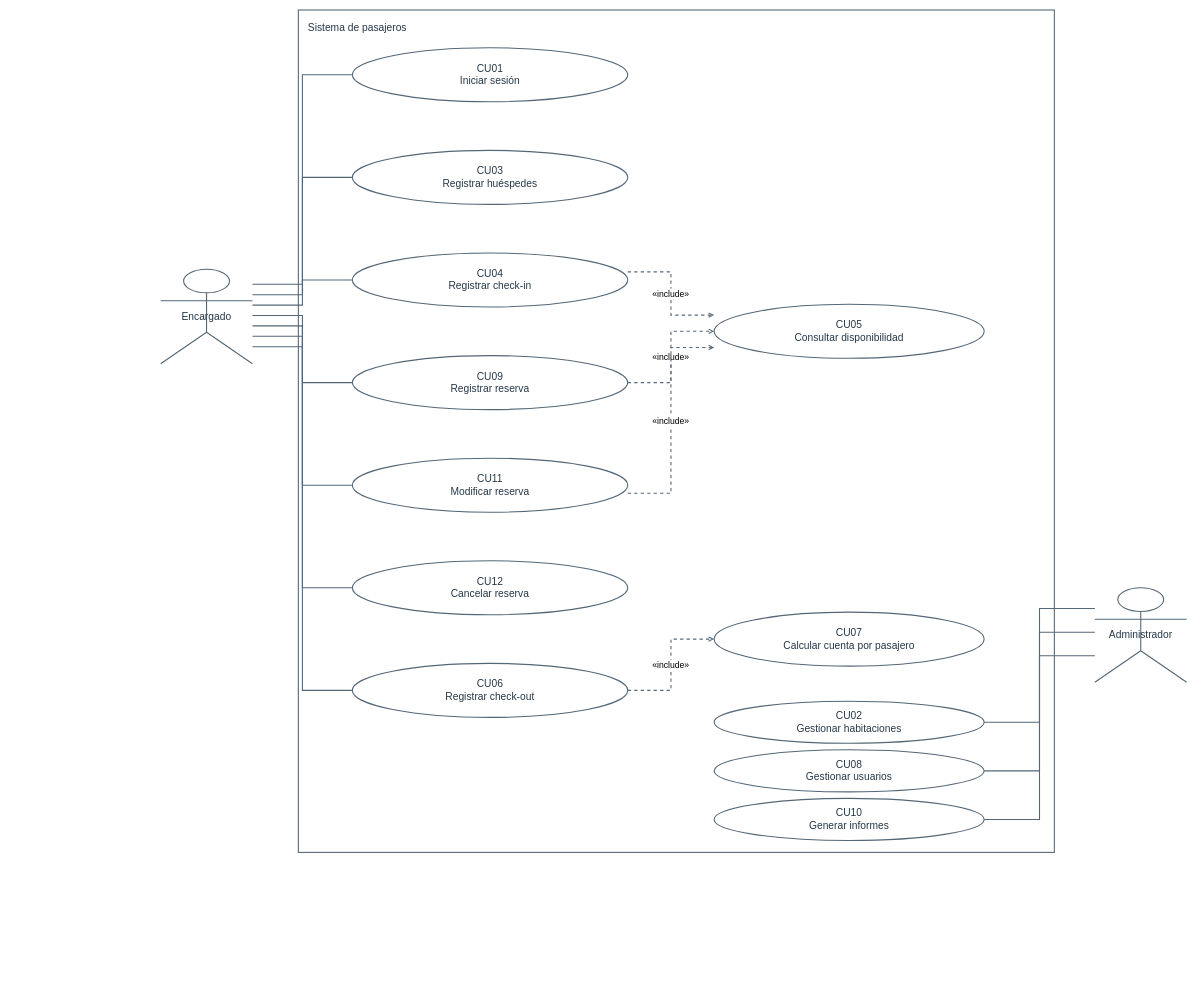
Before: diagramas-editables/sistema-casos-de-uso.drawio in Yutre3/hotel-duerme-bien, a draw.io diagram. Source tidied: cells renumbered, new cells numbered last; positions are measured from the earlier drawing's top-left corner, leaving out a move shared by most shapes. Both pictures are drawn from the tidied source at 54%, with x=0, y=0 at pixel (160, 10).
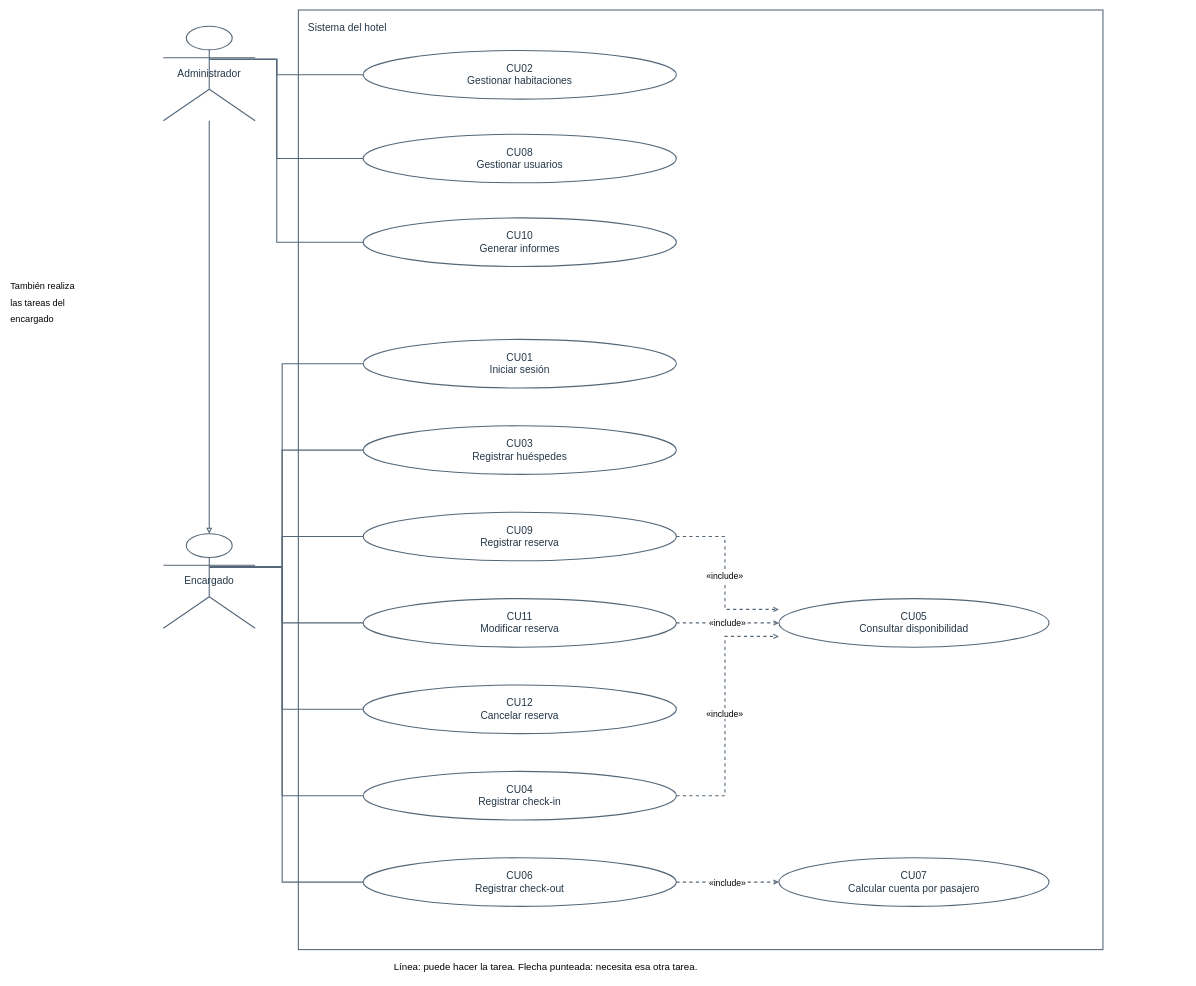
Above is the later version.

Diff of the diagram source:
```diff
@@
-    <mxCell id="2" value="Sistema de pasajeros" style="rounded=0;verticalAlign=top;align=left;spacing=18;html=0;whiteSpace=wrap;strokeColor=#546778;strokeWidth=2;fillColor=#ffffff;fontColor=#253747;fontSize=19;" parent="1" vertex="1">
-      <mxGeometry x="255" width="1400" height="1560" as="geometry" />
+    <mxCell id="2" value="Sistema del hotel" style="rounded=0;verticalAlign=top;align=left;spacing=18;html=0;whiteSpace=wrap;strokeColor=#546778;strokeWidth=2;fillColor=#ffffff;fontColor=#253747;fontSize=19;" parent="1" vertex="1">
+      <mxGeometry x="255" width="1490" height="1740" as="geometry" />
     </mxCell>
+    <mxCell id="4" value="Administrador" style="shape=umlActor;html=0;whiteSpace=wrap;strokeColor=#546778;strokeWidth=2;fillColor=#ffffff;fontColor=#253747;fontSize=19;" parent="1" vertex="1">
+      <mxGeometry x="5" y="30" width="170" height="175" as="geometry" />
+    </mxCell>
     <mxCell id="3" value="Encargado" style="shape=umlActor;html=0;whiteSpace=wrap;strokeColor=#546778;strokeWidth=2;fillColor=#ffffff;fontColor=#253747;fontSize=19;" parent="1" vertex="1">
-      <mxGeometry y="480" width="170" height="175" as="geometry" />
+      <mxGeometry x="5" y="970" width="170" height="175" as="geometry" />
     </mxCell>
-    <mxCell id="4" value="Administrador" style="shape=umlActor;html=0;whiteSpace=wrap;strokeColor=#546778;strokeWidth=2;fillColor=#ffffff;fontColor=#253747;fontSize=19;" parent="1" vertex="1">
-      <mxGeometry x="1730" y="1070" width="170" height="175" as="geometry" />
-    </mxCell>
+    <mxCell id="14" value="CU02&#10;Gestionar habitaciones" style="ellipse;html=0;whiteSpace=wrap;strokeColor=#546778;strokeWidth=2;fillColor=#ffffff;fontColor=#253747;fontSize=19;" parent="1" vertex="1">
+      <mxGeometry x="375" y="75" width="580" height="90" as="geometry" />
+    </mxCell>
+    <mxCell id="15" value="CU08&#10;Gestionar usuarios" style="ellipse;html=0;whiteSpace=wrap;strokeColor=#546778;strokeWidth=2;fillColor=#ffffff;fontColor=#253747;fontSize=19;" parent="1" vertex="1">
+      <mxGeometry x="375" y="230" width="580" height="90" as="geometry" />
+    </mxCell>
+    <mxCell id="16" value="CU10&#10;Generar informes" style="ellipse;html=0;whiteSpace=wrap;strokeColor=#546778;strokeWidth=2;fillColor=#ffffff;fontColor=#253747;fontSize=19;" parent="1" vertex="1">
+      <mxGeometry x="375" y="385" width="580" height="90" as="geometry" />
+    </mxCell>
     <mxCell id="5" value="CU01&#10;Iniciar sesión" style="ellipse;html=0;whiteSpace=wrap;strokeColor=#546778;strokeWidth=2;fillColor=#ffffff;fontColor=#253747;fontSize=19;" parent="1" vertex="1">
-      <mxGeometry x="355" y="70" width="510" height="100" as="geometry" />
+      <mxGeometry x="375" y="610" width="580" height="90" as="geometry" />
     </mxCell>
     <mxCell id="6" value="CU03&#10;Registrar huéspedes" style="ellipse;html=0;whiteSpace=wrap;strokeColor=#546778;strokeWidth=2;fillColor=#ffffff;fontColor=#253747;fontSize=19;" parent="1" vertex="1">
-      <mxGeometry x="355" y="260" width="510" height="100" as="geometry" />
+      <mxGeometry x="375" y="770" width="580" height="90" as="geometry" />
     </mxCell>
-    <mxCell id="7" value="CU04&#10;Registrar check-in" style="ellipse;html=0;whiteSpace=wrap;strokeColor=#546778;strokeWidth=2;fillColor=#ffffff;fontColor=#253747;fontSize=19;" parent="1" vertex="1">
-      <mxGeometry x="355" y="450" width="510" height="100" as="geometry" />
-    </mxCell>
     <mxCell id="8" value="CU09&#10;Registrar reserva" style="ellipse;html=0;whiteSpace=wrap;strokeColor=#546778;strokeWidth=2;fillColor=#ffffff;fontColor=#253747;fontSize=19;" parent="1" vertex="1">
-      <mxGeometry x="355" y="640" width="510" height="100" as="geometry" />
+      <mxGeometry x="375" y="930" width="580" height="90" as="geometry" />
     </mxCell>
     <mxCell id="9" value="CU11&#10;Modificar reserva" style="ellipse;html=0;whiteSpace=wrap;strokeColor=#546778;strokeWidth=2;fillColor=#ffffff;fontColor=#253747;fontSize=19;" parent="1" vertex="1">
-      <mxGeometry x="355" y="830" width="510" height="100" as="geometry" />
+      <mxGeometry x="375" y="1090" width="580" height="90" as="geometry" />
     </mxCell>
     <mxCell id="10" value="CU12&#10;Cancelar reserva" style="ellipse;html=0;whiteSpace=wrap;strokeColor=#546778;strokeWidth=2;fillColor=#ffffff;fontColor=#253747;fontSize=19;" parent="1" vertex="1">
-      <mxGeometry x="355" y="1020" width="510" height="100" as="geometry" />
+      <mxGeometry x="375" y="1250" width="580" height="90" as="geometry" />
     </mxCell>
+    <mxCell id="7" value="CU04&#10;Registrar check-in" style="ellipse;html=0;whiteSpace=wrap;strokeColor=#546778;strokeWidth=2;fillColor=#ffffff;fontColor=#253747;fontSize=19;" parent="1" vertex="1">
+      <mxGeometry x="375" y="1410" width="580" height="90" as="geometry" />
+    </mxCell>
     <mxCell id="11" value="CU06&#10;Registrar check-out" style="ellipse;html=0;whiteSpace=wrap;strokeColor=#546778;strokeWidth=2;fillColor=#ffffff;fontColor=#253747;fontSize=19;" parent="1" vertex="1">
-      <mxGeometry x="355" y="1210" width="510" height="100" as="geometry" />
+      <mxGeometry x="375" y="1570" width="580" height="90" as="geometry" />
     </mxCell>
     <mxCell id="12" value="CU05&#10;Consultar disponibilidad" style="ellipse;html=0;whiteSpace=wrap;strokeColor=#546778;strokeWidth=2;fillColor=#ffffff;fontColor=#253747;fontSize=19;" parent="1" vertex="1">
-      <mxGeometry x="1025" y="545" width="500" height="100" as="geometry" />
+      <mxGeometry x="1145" y="1090" width="500" height="90" as="geometry" />
     </mxCell>
     <mxCell id="13" value="CU07&#10;Calcular cuenta por pasajero" style="ellipse;html=0;whiteSpace=wrap;strokeColor=#546778;strokeWidth=2;fillColor=#ffffff;fontColor=#253747;fontSize=19;" parent="1" vertex="1">
-      <mxGeometry x="1025" y="1115" width="500" height="100" as="geometry" />
+      <mxGeometry x="1145" y="1570" width="500" height="90" as="geometry" />
     </mxCell>
-    <mxCell id="14" value="CU02&#10;Gestionar habitaciones" style="ellipse;html=0;whiteSpace=wrap;strokeColor=#546778;strokeWidth=2;fillColor=#ffffff;fontColor=#253747;fontSize=19;" parent="1" vertex="1">
-      <mxGeometry x="1025" y="1280" width="500" height="78" as="geometry" />
-    </mxCell>
-    <mxCell id="15" value="CU08&#10;Gestionar usuarios" style="ellipse;html=0;whiteSpace=wrap;strokeColor=#546778;strokeWidth=2;fillColor=#ffffff;fontColor=#253747;fontSize=19;" parent="1" vertex="1">
-      <mxGeometry x="1025" y="1370" width="500" height="78" as="geometry" />
-    </mxCell>
-    <mxCell id="16" value="CU10&#10;Generar informes" style="ellipse;html=0;whiteSpace=wrap;strokeColor=#546778;strokeWidth=2;fillColor=#ffffff;fontColor=#253747;fontSize=19;" parent="1" vertex="1">
-      <mxGeometry x="1025" y="1460" width="500" height="78" as="geometry" />
-    </mxCell>
-    <mxCell id="17" style="html=0;edgeStyle=orthogonalEdgeStyle;jettySize=24;rounded=0;strokeWidth=2;strokeColor=#546778;fontSize=16;endArrow=none;endFill=0;startArrow=none;startFill=0;exitX=1;exitY=0.16;exitPerimeter=0;entryX=0;entryY=0.5;entryPerimeter=0;" parent="1" edge="1" source="3" target="5">
+    <mxCell id="17" style="html=0;edgeStyle=orthogonalEdgeStyle;jettySize=24;rounded=0;strokeWidth=2;strokeColor=#546778;fontSize=16;endArrow=block;endFill=0;startArrow=none;startFill=0;exitX=0.5;exitY=1;exitPerimeter=0;entryX=0.5;entryY=0;entryPerimeter=0;" parent="1" edge="1" source="4" target="3">
       <mxGeometry relative="1" as="geometry" />
     </mxCell>
-    <mxCell id="18" style="html=0;edgeStyle=orthogonalEdgeStyle;jettySize=24;rounded=0;strokeWidth=2;strokeColor=#546778;fontSize=16;endArrow=none;endFill=0;startArrow=none;startFill=0;exitX=1;exitY=0.27;exitPerimeter=0;entryX=0;entryY=0.5;entryPerimeter=0;" parent="1" edge="1" source="3" target="6">
-      <mxGeometry relative="1" as="geometry" />
+    <mxCell id="18" style="html=0;edgeStyle=orthogonalEdgeStyle;jettySize=24;rounded=0;strokeWidth=2;strokeColor=#546778;fontSize=16;endArrow=none;endFill=0;startArrow=none;startFill=0;exitX=0.5;exitY=0.35;exitPerimeter=0;entryX=0;entryY=0.5;entryPerimeter=0;" parent="1" edge="1" source="4" target="14">
+      <mxGeometry relative="1" as="geometry">
+        <Array as="points">
+          <mxPoint x="215" y="91" />
+          <mxPoint x="215" y="120" />
+        </Array>
+      </mxGeometry>
     </mxCell>
-    <mxCell id="19" style="html=0;edgeStyle=orthogonalEdgeStyle;jettySize=24;rounded=0;strokeWidth=2;strokeColor=#546778;fontSize=16;endArrow=none;endFill=0;startArrow=none;startFill=0;exitX=1;exitY=0.38;exitPerimeter=0;entryX=0;entryY=0.5;entryPerimeter=0;" parent="1" edge="1" source="3" target="7">
-      <mxGeometry relative="1" as="geometry" />
+    <mxCell id="19" style="html=0;edgeStyle=orthogonalEdgeStyle;jettySize=24;rounded=0;strokeWidth=2;strokeColor=#546778;fontSize=16;endArrow=none;endFill=0;startArrow=none;startFill=0;exitX=0.5;exitY=0.35;exitPerimeter=0;entryX=0;entryY=0.5;entryPerimeter=0;" parent="1" edge="1" source="4" target="15">
+      <mxGeometry relative="1" as="geometry">
+        <Array as="points">
+          <mxPoint x="215" y="91" />
+          <mxPoint x="215" y="275" />
+        </Array>
+      </mxGeometry>
     </mxCell>
-    <mxCell id="20" style="html=0;edgeStyle=orthogonalEdgeStyle;jettySize=24;rounded=0;strokeWidth=2;strokeColor=#546778;fontSize=16;endArrow=none;endFill=0;startArrow=none;startFill=0;exitX=1;exitY=0.49;exitPerimeter=0;entryX=0;entryY=0.5;entryPerimeter=0;" parent="1" edge="1" source="3" target="8">
-      <mxGeometry relative="1" as="geometry" />
+    <mxCell id="20" style="html=0;edgeStyle=orthogonalEdgeStyle;jettySize=24;rounded=0;strokeWidth=2;strokeColor=#546778;fontSize=16;endArrow=none;endFill=0;startArrow=none;startFill=0;exitX=0.5;exitY=0.35;exitPerimeter=0;entryX=0;entryY=0.5;entryPerimeter=0;" parent="1" edge="1" source="4" target="16">
+      <mxGeometry relative="1" as="geometry">
+        <Array as="points">
+          <mxPoint x="215" y="91" />
+          <mxPoint x="215" y="430" />
+        </Array>
+      </mxGeometry>
     </mxCell>
-    <mxCell id="21" style="html=0;edgeStyle=orthogonalEdgeStyle;jettySize=24;rounded=0;strokeWidth=2;strokeColor=#546778;fontSize=16;endArrow=none;endFill=0;startArrow=none;startFill=0;exitX=1;exitY=0.6;exitPerimeter=0;entryX=0;entryY=0.5;entryPerimeter=0;" parent="1" edge="1" source="3" target="9">
-      <mxGeometry relative="1" as="geometry" />
+    <mxCell id="21" style="html=0;edgeStyle=orthogonalEdgeStyle;jettySize=24;rounded=0;strokeWidth=2;strokeColor=#546778;fontSize=16;endArrow=none;endFill=0;startArrow=none;startFill=0;exitX=0.5;exitY=0.35;exitPerimeter=0;entryX=0;entryY=0.5;entryPerimeter=0;" parent="1" edge="1" source="3" target="5">
+      <mxGeometry relative="1" as="geometry">
+        <Array as="points">
+          <mxPoint x="225" y="1031.2" />
+          <mxPoint x="225" y="655" />
+        </Array>
+      </mxGeometry>
     </mxCell>
-    <mxCell id="22" style="html=0;edgeStyle=orthogonalEdgeStyle;jettySize=24;rounded=0;strokeWidth=2;strokeColor=#546778;fontSize=16;endArrow=none;endFill=0;startArrow=none;startFill=0;exitX=1;exitY=0.7100000000000001;exitPerimeter=0;entryX=0;entryY=0.5;entryPerimeter=0;" parent="1" edge="1" source="3" target="10">
-      <mxGeometry relative="1" as="geometry" />
+    <mxCell id="22" style="html=0;edgeStyle=orthogonalEdgeStyle;jettySize=24;rounded=0;strokeWidth=2;strokeColor=#546778;fontSize=16;endArrow=none;endFill=0;startArrow=none;startFill=0;exitX=0.5;exitY=0.35;exitPerimeter=0;entryX=0;entryY=0.5;entryPerimeter=0;" parent="1" edge="1" source="3" target="6">
+      <mxGeometry relative="1" as="geometry">
+        <Array as="points">
+          <mxPoint x="225" y="1031.2" />
+          <mxPoint x="225" y="815" />
+        </Array>
+      </mxGeometry>
     </mxCell>
-    <mxCell id="23" style="html=0;edgeStyle=orthogonalEdgeStyle;jettySize=24;rounded=0;strokeWidth=2;strokeColor=#546778;fontSize=16;endArrow=none;endFill=0;startArrow=none;startFill=0;exitX=1;exitY=0.8200000000000001;exitPerimeter=0;entryX=0;entryY=0.5;entryPerimeter=0;" parent="1" edge="1" source="3" target="11">
-      <mxGeometry relative="1" as="geometry" />
+    <mxCell id="23" style="html=0;edgeStyle=orthogonalEdgeStyle;jettySize=24;rounded=0;strokeWidth=2;strokeColor=#546778;fontSize=16;endArrow=none;endFill=0;startArrow=none;startFill=0;exitX=0.5;exitY=0.35;exitPerimeter=0;entryX=0;entryY=0.5;entryPerimeter=0;" parent="1" edge="1" source="3" target="8">
+      <mxGeometry relative="1" as="geometry">
+        <Array as="points">
+          <mxPoint x="225" y="1031.2" />
+          <mxPoint x="225" y="975" />
+        </Array>
+      </mxGeometry>
     </mxCell>
-    <mxCell id="24" value="«include»" style="html=0;edgeStyle=orthogonalEdgeStyle;jettySize=24;rounded=0;strokeWidth=2;strokeColor=#546778;fontSize=16;endArrow=open;endFill=0;startArrow=none;startFill=0;exitX=1;exitY=0.35;exitPerimeter=0;entryX=0;entryY=0.2;entryPerimeter=0;dashed=1;" parent="1" edge="1" source="7" target="12">
-      <mxGeometry relative="1" as="geometry" />
+    <mxCell id="24" style="html=0;edgeStyle=orthogonalEdgeStyle;jettySize=24;rounded=0;strokeWidth=2;strokeColor=#546778;fontSize=16;endArrow=none;endFill=0;startArrow=none;startFill=0;exitX=0.5;exitY=0.35;exitPerimeter=0;entryX=0;entryY=0.5;entryPerimeter=0;" parent="1" edge="1" source="3" target="9">
+      <mxGeometry relative="1" as="geometry">
+        <Array as="points">
+          <mxPoint x="225" y="1031.2" />
+          <mxPoint x="225" y="1135" />
+        </Array>
+      </mxGeometry>
     </mxCell>
-    <mxCell id="25" value="«include»" style="html=0;edgeStyle=orthogonalEdgeStyle;jettySize=24;rounded=0;strokeWidth=2;strokeColor=#546778;fontSize=16;endArrow=open;endFill=0;startArrow=none;startFill=0;exitX=1;exitY=0.5;exitPerimeter=0;entryX=0;entryY=0.5;entryPerimeter=0;dashed=1;" parent="1" edge="1" source="8" target="12">
-      <mxGeometry relative="1" as="geometry" />
+    <mxCell id="25" style="html=0;edgeStyle=orthogonalEdgeStyle;jettySize=24;rounded=0;strokeWidth=2;strokeColor=#546778;fontSize=16;endArrow=none;endFill=0;startArrow=none;startFill=0;exitX=0.5;exitY=0.35;exitPerimeter=0;entryX=0;entryY=0.5;entryPerimeter=0;" parent="1" edge="1" source="3" target="10">
+      <mxGeometry relative="1" as="geometry">
+        <Array as="points">
+          <mxPoint x="225" y="1031.2" />
+          <mxPoint x="225" y="1295" />
+        </Array>
+      </mxGeometry>
     </mxCell>
-    <mxCell id="26" value="«include»" style="html=0;edgeStyle=orthogonalEdgeStyle;jettySize=24;rounded=0;strokeWidth=2;strokeColor=#546778;fontSize=16;endArrow=open;endFill=0;startArrow=none;startFill=0;exitX=1;exitY=0.65;exitPerimeter=0;entryX=0;entryY=0.8;entryPerimeter=0;dashed=1;" parent="1" edge="1" source="9" target="12">
-      <mxGeometry relative="1" as="geometry" />
+    <mxCell id="26" style="html=0;edgeStyle=orthogonalEdgeStyle;jettySize=24;rounded=0;strokeWidth=2;strokeColor=#546778;fontSize=16;endArrow=none;endFill=0;startArrow=none;startFill=0;exitX=0.5;exitY=0.35;exitPerimeter=0;entryX=0;entryY=0.5;entryPerimeter=0;" parent="1" edge="1" source="3" target="7">
+      <mxGeometry relative="1" as="geometry">
+        <Array as="points">
+          <mxPoint x="225" y="1031.2" />
+          <mxPoint x="225" y="1455" />
+        </Array>
+      </mxGeometry>
     </mxCell>
-    <mxCell id="27" value="«include»" style="html=0;edgeStyle=orthogonalEdgeStyle;jettySize=24;rounded=0;strokeWidth=2;strokeColor=#546778;fontSize=16;endArrow=open;endFill=0;startArrow=none;startFill=0;exitX=1;exitY=0.5;exitPerimeter=0;entryX=0;entryY=0.5;entryPerimeter=0;dashed=1;" parent="1" edge="1" source="11" target="13">
-      <mxGeometry relative="1" as="geometry" />
+    <mxCell id="27" style="html=0;edgeStyle=orthogonalEdgeStyle;jettySize=24;rounded=0;strokeWidth=2;strokeColor=#546778;fontSize=16;endArrow=none;endFill=0;startArrow=none;startFill=0;exitX=0.5;exitY=0.35;exitPerimeter=0;entryX=0;entryY=0.5;entryPerimeter=0;" parent="1" edge="1" source="3" target="11">
+      <mxGeometry relative="1" as="geometry">
+        <Array as="points">
+          <mxPoint x="225" y="1031.2" />
+          <mxPoint x="225" y="1615" />
+        </Array>
+      </mxGeometry>
     </mxCell>
-    <mxCell id="28" style="html=0;edgeStyle=orthogonalEdgeStyle;jettySize=24;rounded=0;strokeWidth=2;strokeColor=#546778;fontSize=16;endArrow=none;endFill=0;startArrow=none;startFill=0;exitX=0;exitY=0.22;exitPerimeter=0;entryX=1;entryY=0.5;entryPerimeter=0;" parent="1" edge="1" source="4" target="14">
-      <mxGeometry relative="1" as="geometry" />
+    <mxCell id="28" value="«include»" style="html=0;edgeStyle=orthogonalEdgeStyle;jettySize=24;rounded=0;strokeWidth=2;strokeColor=#546778;fontSize=16;endArrow=open;endFill=0;startArrow=none;startFill=0;exitX=1;exitY=0.5;exitPerimeter=0;entryX=0;entryY=0.2222222222222222;entryPerimeter=0;dashed=1;" parent="1" edge="1" source="8" target="12">
+      <mxGeometry relative="1" as="geometry">
+        <Array as="points">
+          <mxPoint x="1045" y="975" />
+          <mxPoint x="1045" y="1110" />
+        </Array>
+      </mxGeometry>
     </mxCell>
-    <mxCell id="29" style="html=0;edgeStyle=orthogonalEdgeStyle;jettySize=24;rounded=0;strokeWidth=2;strokeColor=#546778;fontSize=16;endArrow=none;endFill=0;startArrow=none;startFill=0;exitX=0;exitY=0.47;exitPerimeter=0;entryX=1;entryY=0.5;entryPerimeter=0;" parent="1" edge="1" source="4" target="15">
-      <mxGeometry relative="1" as="geometry" />
+    <mxCell id="29" value="«include»" style="html=0;edgeStyle=orthogonalEdgeStyle;jettySize=24;rounded=0;strokeWidth=2;strokeColor=#546778;fontSize=16;endArrow=open;endFill=0;startArrow=none;startFill=0;exitX=1;exitY=0.5;exitPerimeter=0;entryX=0;entryY=0.5;entryPerimeter=0;dashed=1;" parent="1" edge="1" source="9" target="12">
+      <mxGeometry relative="1" as="geometry">
+        <Array as="points">
+          <mxPoint x="1045" y="1135" />
+          <mxPoint x="1045" y="1135" />
+        </Array>
+      </mxGeometry>
     </mxCell>
-    <mxCell id="30" style="html=0;edgeStyle=orthogonalEdgeStyle;jettySize=24;rounded=0;strokeWidth=2;strokeColor=#546778;fontSize=16;endArrow=none;endFill=0;startArrow=none;startFill=0;exitX=0;exitY=0.72;exitPerimeter=0;entryX=1;entryY=0.5;entryPerimeter=0;" parent="1" edge="1" source="4" target="16">
-      <mxGeometry relative="1" as="geometry" />
+    <mxCell id="30" value="«include»" style="html=0;edgeStyle=orthogonalEdgeStyle;jettySize=24;rounded=0;strokeWidth=2;strokeColor=#546778;fontSize=16;endArrow=open;endFill=0;startArrow=none;startFill=0;exitX=1;exitY=0.5;exitPerimeter=0;entryX=0;entryY=0.7777777777777778;entryPerimeter=0;dashed=1;" parent="1" edge="1" source="7" target="12">
+      <mxGeometry relative="1" as="geometry">
+        <Array as="points">
+          <mxPoint x="1045" y="1455" />
+          <mxPoint x="1045" y="1160" />
+        </Array>
+      </mxGeometry>
     </mxCell>
+    <mxCell id="31" value="«include»" style="html=0;edgeStyle=orthogonalEdgeStyle;jettySize=24;rounded=0;strokeWidth=2;strokeColor=#546778;fontSize=16;endArrow=open;endFill=0;startArrow=none;startFill=0;exitX=1;exitY=0.5;exitPerimeter=0;entryX=0;entryY=0.5;entryPerimeter=0;dashed=1;" parent="1" edge="1" source="11" target="13">
+      <mxGeometry relative="1" as="geometry" />
+    </mxCell>
+    <mxCell id="32" value="También realiza" style="text;html=0;strokeColor=none;fillColor=none;fontSize=17;" parent="1" vertex="1">
+      <mxGeometry x="-280" y="495" width="900" height="35" as="geometry" />
+    </mxCell>
+    <mxCell id="33" value="las tareas del" style="text;html=0;strokeColor=none;fillColor=none;fontSize=17;" parent="1" vertex="1">
+      <mxGeometry x="-280" y="525" width="900" height="35" as="geometry" />
+    </mxCell>
+    <mxCell id="34" value="encargado" style="text;html=0;strokeColor=none;fillColor=none;fontSize=17;" parent="1" vertex="1">
+      <mxGeometry x="-280" y="555" width="900" height="35" as="geometry" />
+    </mxCell>
+    <mxCell id="35" value="Línea: puede hacer la tarea.  Flecha punteada: necesita esa otra tarea." style="text;html=0;strokeColor=none;fillColor=none;fontSize=18;" parent="1" vertex="1">
+      <mxGeometry x="430" y="1755" width="900" height="35" as="geometry" />
+    </mxCell>
```
